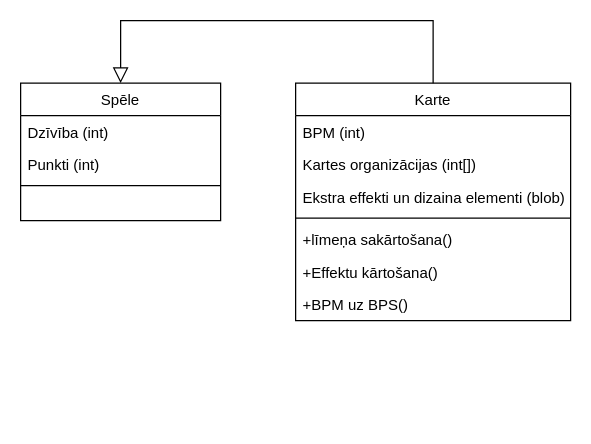
Before: Documentation/Class diagram.drawio in kaaaaaaaaaaarl/CyberShock, a draw.io diagram. Source tidied: cells renumbered, new cells numbered last; positions are measured from the earlier drawing's top-left corner, leaving out a move shared by most shapes. Both pictures are drawn from the tidied source at 125%, with x=0, y=0 at pixel (20, 20).
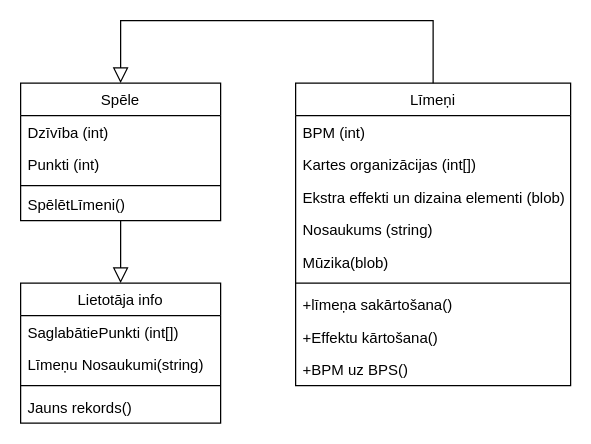
Above is the later version.

Unchanged cells that the change refers to:
```xml
<mxCell id="11" value="Spēle" style="swimlane;fontStyle=0;align=center;verticalAlign=top;horizontal=1;startSize=26;rounded=0;shadow=0;strokeWidth=1;" parent="1" vertex="1">
  <mxGeometry y="50" width="160" height="110" as="geometry" />
</mxCell>
```

What changed in the source:
```diff
@@
-    <mxCell id="2" value="Karte" style="swimlane;fontStyle=0;align=center;verticalAlign=top;horizontal=1;startSize=26;rounded=0;shadow=0;strokeWidth=1;" parent="1" vertex="1">
-      <mxGeometry x="220" y="50" width="220" height="190" as="geometry" />
+    <mxCell id="2" value="Līmeņi" style="swimlane;fontStyle=0;align=center;verticalAlign=top;horizontal=1;startSize=26;rounded=0;shadow=0;strokeWidth=1;" parent="1" vertex="1">
+      <mxGeometry x="220" y="50" width="220" height="242" as="geometry" />
     </mxCell>
@@
+    <mxCell id="15" value="Nosaukums (string)" style="text;align=left;verticalAlign=top;spacingLeft=4;spacingRight=4;overflow=hidden;rounded=0;shadow=0;html=0;" parent="2" vertex="1">
+      <mxGeometry y="104" width="220" height="26" as="geometry" />
+    </mxCell>
+    <mxCell id="16" value="Mūzika(blob)" style="text;align=left;verticalAlign=top;spacingLeft=4;spacingRight=4;overflow=hidden;" parent="2" vertex="1">
+      <mxGeometry y="130" width="220" height="26" as="geometry" />
+    </mxCell>
     <mxCell id="6" style="line;html=1;strokeWidth=1;align=left;verticalAlign=middle;spacingTop=-1;spacingLeft=3;spacingRight=3;labelPosition=right;" parent="2" vertex="1">
-      <mxGeometry y="104" width="220" height="8" as="geometry" />
+      <mxGeometry y="156" width="220" height="8" as="geometry" />
     </mxCell>
     <mxCell id="7" value="+līmeņa sakārtošana()" style="text;align=left;verticalAlign=top;spacingLeft=4;spacingRight=4;overflow=hidden;rounded=0;shadow=0;html=0;" parent="2" vertex="1">
-      <mxGeometry y="112" width="220" height="26" as="geometry" />
+      <mxGeometry y="164" width="220" height="26" as="geometry" />
     </mxCell>
     <mxCell id="8" value="+Effektu kārtošana()" style="text;align=left;verticalAlign=top;spacingLeft=4;spacingRight=4;overflow=hidden;rounded=0;shadow=0;html=0;" parent="2" vertex="1">
-      <mxGeometry y="138" width="220" height="26" as="geometry" />
+      <mxGeometry y="190" width="220" height="26" as="geometry" />
     </mxCell>
     <mxCell id="9" value="+BPM uz BPS()" style="text;align=left;verticalAlign=top;spacingLeft=4;spacingRight=4;overflow=hidden;rounded=0;shadow=0;html=0;" parent="2" vertex="1">
-      <mxGeometry y="164" width="220" height="26" as="geometry" />
+      <mxGeometry y="216" width="220" height="26" as="geometry" />
     </mxCell>
@@
+    <mxCell id="17" style="edgeStyle=elbowEdgeStyle;curved=0;rounded=0;jettySize=auto;elbow=vertical;html=1;exitX=0.5;exitY=1;exitDx=0;exitDy=0;entryX=0.5;entryY=0;entryDx=0;entryDy=0;shadow=0;strokeColor=default;strokeWidth=1;align=center;verticalAlign=middle;fontFamily=Helvetica;fontSize=11;fontColor=default;labelBackgroundColor=default;endArrow=block;endFill=0;endSize=10;" parent="1" edge="1" source="11" target="18">
+      <mxGeometry relative="1" as="geometry" />
+    </mxCell>
@@
+    <mxCell id="18" value="Lietotāja info" style="swimlane;fontStyle=0;align=center;verticalAlign=top;horizontal=1;startSize=26;rounded=0;shadow=0;strokeWidth=1;" parent="1" vertex="1">
+      <mxGeometry y="210" width="160" height="112" as="geometry" />
+    </mxCell>
+    <mxCell id="19" value="SaglabātiePunkti (int[])" style="text;align=left;verticalAlign=top;spacingLeft=4;spacingRight=4;overflow=hidden;" parent="18" vertex="1">
+      <mxGeometry y="26" width="160" height="26" as="geometry" />
+    </mxCell>
+    <mxCell id="20" value="Līmeņu Nosaukumi(string)" style="text;align=left;verticalAlign=top;spacingLeft=4;spacingRight=4;overflow=hidden;rounded=0;shadow=0;html=0;" parent="18" vertex="1">
+      <mxGeometry y="52" width="160" height="26" as="geometry" />
+    </mxCell>
+    <mxCell id="21" style="line;html=1;strokeWidth=1;align=left;verticalAlign=middle;spacingTop=-1;spacingLeft=3;spacingRight=3;labelPosition=right;" parent="18" vertex="1">
+      <mxGeometry y="78" width="160" height="8" as="geometry" />
+    </mxCell>
+    <mxCell id="22" value="Jauns rekords()" style="text;align=left;verticalAlign=top;spacingLeft=4;spacingRight=4;overflow=hidden;rounded=0;shadow=0;html=0;" parent="18" vertex="1">
+      <mxGeometry y="86" width="160" height="26" as="geometry" />
+    </mxCell>
+    <mxCell id="23" value="SpēlētLīmeni()" style="text;align=left;verticalAlign=top;spacingLeft=4;spacingRight=4;overflow=hidden;rounded=0;shadow=0;html=0;" parent="1" vertex="1">
+      <mxGeometry y="134" width="160" height="26" as="geometry" />
+    </mxCell>
```
